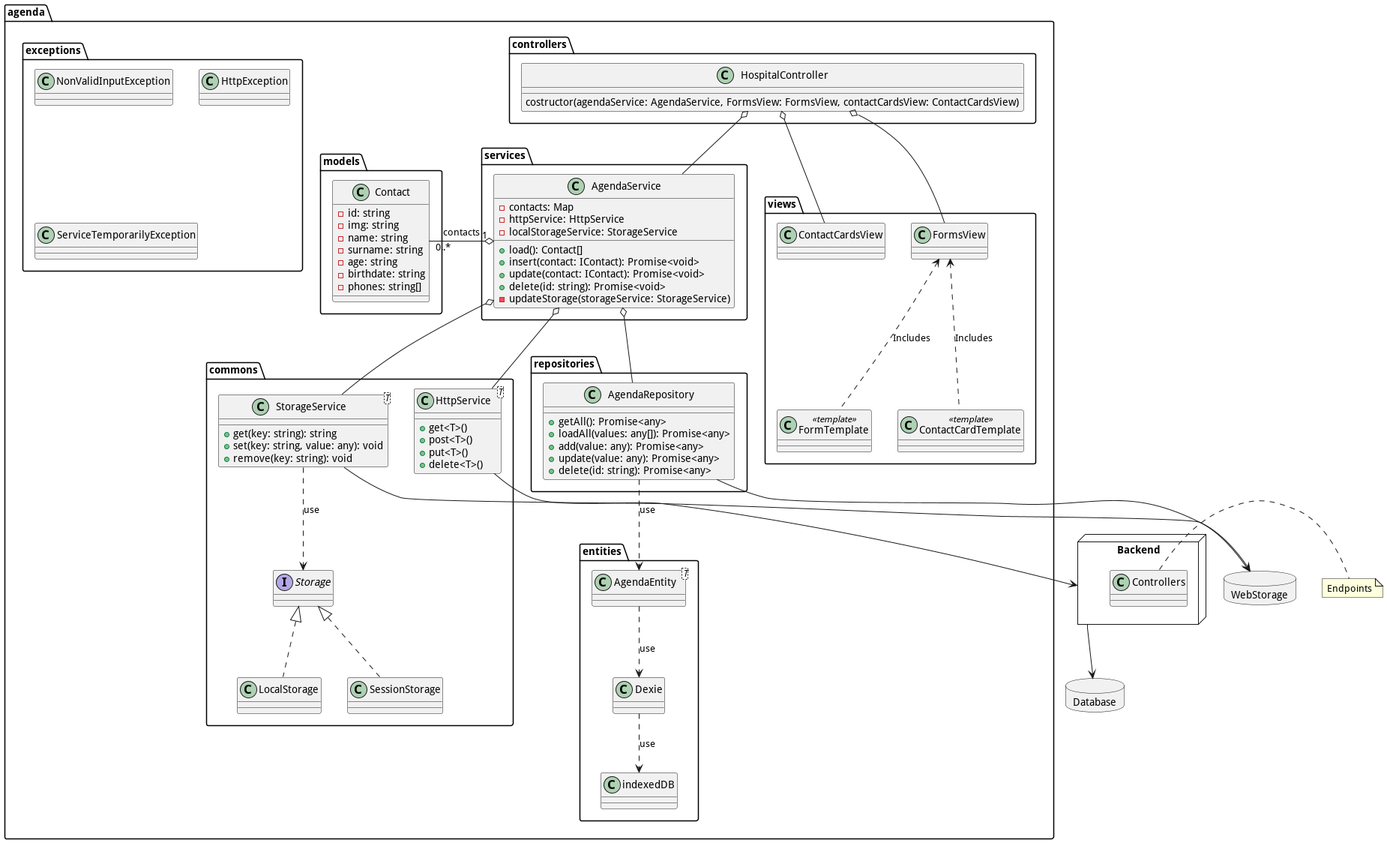
This is docs/uml/Agenda.png from raulwwq0/Agenda-TypeScript, a PlantUML export, as it was before one commit.
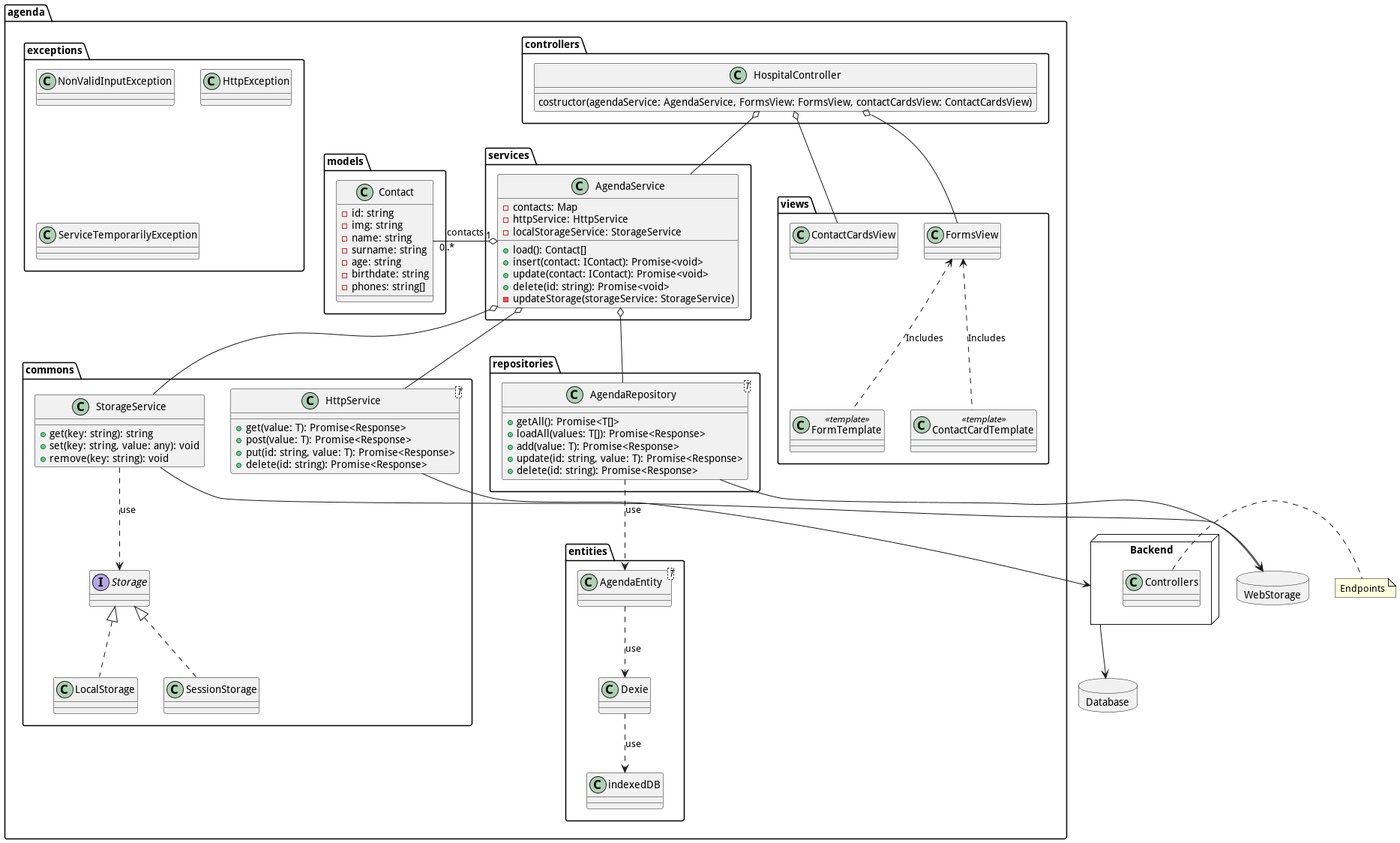
Later version of the same file.

Change to the diagram source:
```diff
@@ -16,13 +16,13 @@
     package commons {
 
         class HttpService<T>{
-            + get<T>()
-            + post<T>()
-            + put<T>()
-            + delete<T>()
+            + get(value: T): Promise<Response>
+            + post(value: T): Promise<Response>
+            + put(id: string, value: T): Promise<Response>
+            + delete(id: string): Promise<Response>
         }
 
-        class StorageService<T> {
+        class StorageService {
             + get(key: string): string
             + set(key: string, value: any): void
             + remove(key: string): void
@@ -104,12 +104,12 @@
     }
 
     package repositories {
-        class AgendaRepository{
-            + getAll(): Promise<any>
-            + loadAll(values: any[]): Promise<any>
-            + add(value: any): Promise<any>
-            + update(value: any): Promise<any>
-            + delete(id: string): Promise<any>
+        class AgendaRepository<T>{
+            + getAll(): Promise<T[]>
+            + loadAll(values: T[]): Promise<Response>
+            + add(value: T): Promise<Response>
+            + update(id: string, value: T): Promise<Response>
+            + delete(id: string): Promise<Response>
         }
 
         AgendaRepository -[dashed]-> AgendaEntity: "use"
```
